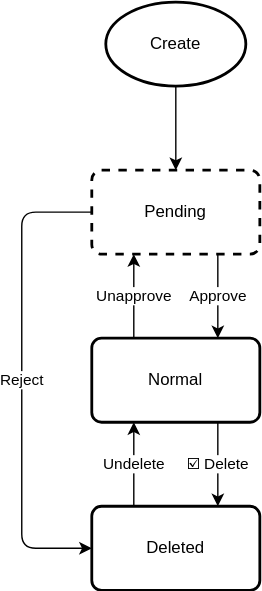
Above: zh-CN/img/docs/questions-answer-status.drawio.svg in Octobug/answer-website (draw.io), before the change. Source tidied: cells renumbered, new cells last; positions are measured from the earlier drawing's top-left corner, leaving out a move shared by most shapes.
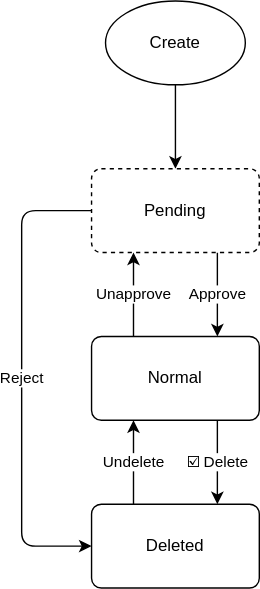
After the change.

What changed in the source:
```diff
@@ -5,7 +5,7 @@
     <mxCell id="2" style="edgeStyle=none;html=1;entryX=0.5;entryY=0;entryDx=0;entryDy=0;" parent="1" edge="1" source="3" target="6">
       <mxGeometry relative="1" as="geometry" />
     </mxCell>
-    <mxCell id="3" value="Create" style="strokeWidth=2;html=1;shape=mxgraph.flowchart.start_1;whiteSpace=wrap;" parent="1" vertex="1">
+    <mxCell id="3" value="Create" style="strokeWidth=1;html=1;shape=mxgraph.flowchart.start_1;whiteSpace=wrap;" parent="1" vertex="1">
       <mxGeometry x="60" width="100" height="60" as="geometry" />
     </mxCell>
     <mxCell id="4" value="Approve" style="edgeStyle=none;html=1;exitX=0.75;exitY=1;exitDx=0;exitDy=0;entryX=0.75;entryY=0;entryDx=0;entryDy=0;" parent="1" edge="1" source="6" target="9">
@@ -19,7 +19,7 @@
         </Array>
       </mxGeometry>
     </mxCell>
-    <mxCell id="6" value="Pending" style="rounded=1;whiteSpace=wrap;html=1;absoluteArcSize=1;arcSize=14;strokeWidth=2;dashed=1;" parent="1" vertex="1">
+    <mxCell id="6" value="Pending" style="rounded=1;whiteSpace=wrap;html=1;absoluteArcSize=1;arcSize=14;strokeWidth=1;dashed=1;" parent="1" vertex="1">
       <mxGeometry x="50" y="120" width="120" height="60" as="geometry" />
     </mxCell>
     <mxCell id="7" value="☑️ Delete" style="edgeStyle=none;html=1;exitX=0.75;exitY=1;exitDx=0;exitDy=0;entryX=0.75;entryY=0;entryDx=0;entryDy=0;" parent="1" edge="1" source="9" target="11">
@@ -28,13 +28,13 @@
     <mxCell id="8" value="Unapprove" style="edgeStyle=none;html=1;exitX=0.25;exitY=0;exitDx=0;exitDy=0;entryX=0.25;entryY=1;entryDx=0;entryDy=0;" parent="1" edge="1" source="9" target="6">
       <mxGeometry relative="1" as="geometry" />
     </mxCell>
-    <mxCell id="9" value="Normal" style="rounded=1;whiteSpace=wrap;html=1;absoluteArcSize=1;arcSize=14;strokeWidth=2;" parent="1" vertex="1">
+    <mxCell id="9" value="Normal" style="rounded=1;whiteSpace=wrap;html=1;absoluteArcSize=1;arcSize=14;strokeWidth=1;" parent="1" vertex="1">
       <mxGeometry x="50" y="240" width="120" height="60" as="geometry" />
     </mxCell>
     <mxCell id="10" value="Undelete" style="edgeStyle=none;html=1;exitX=0.25;exitY=0;exitDx=0;exitDy=0;entryX=0.25;entryY=1;entryDx=0;entryDy=0;" parent="1" edge="1" source="11" target="9">
       <mxGeometry relative="1" as="geometry" />
     </mxCell>
-    <mxCell id="11" value="Deleted" style="rounded=1;whiteSpace=wrap;html=1;absoluteArcSize=1;arcSize=14;strokeWidth=2;" parent="1" vertex="1">
+    <mxCell id="11" value="Deleted" style="rounded=1;whiteSpace=wrap;html=1;absoluteArcSize=1;arcSize=14;strokeWidth=1;" parent="1" vertex="1">
       <mxGeometry x="50" y="360" width="120" height="60" as="geometry" />
     </mxCell>
   </root>
```
